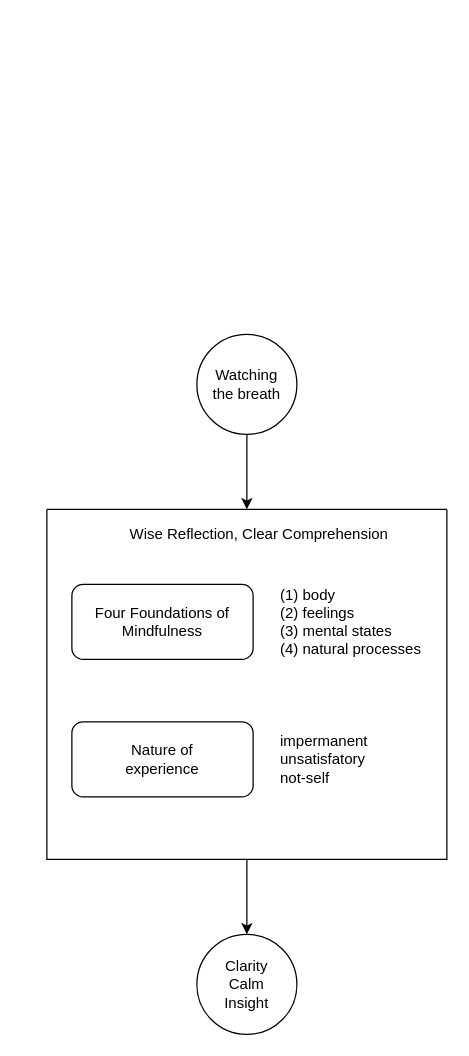
This is assets/photos/300dpi/mindfulness-of-breathing.drawio from profound-labs/wordless-questioning, a draw.io file, before an edit. Source tidied: cells renumbered, new cells numbered last; positions are measured from the earlier drawing's top-left corner, leaving out a move shared by most shapes. Both pictures are drawn from the tidied source at 125%, with x=0, y=0 at pixel (46, 334).
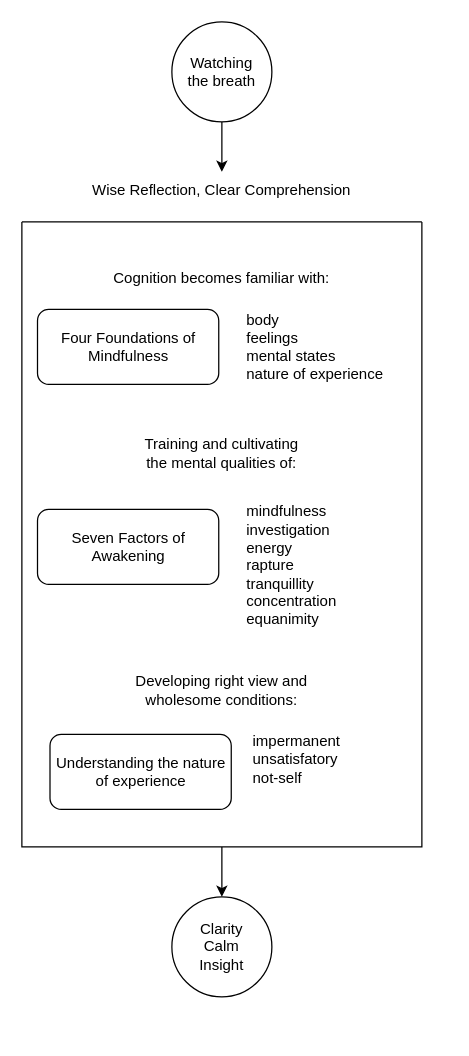
Above is the later version.

Diff of the diagram source:
```diff
@@
 <mxGraphModel>
   <root>
     <mxCell id="0" />
     <mxCell id="1" parent="0" />
-    <mxCell id="2" style="edgeStyle=orthogonalEdgeStyle;rounded=0;jettySize=auto;html=1;" parent="1" edge="1" source="3" target="6">
-      <mxGeometry relative="1" as="geometry" />
-    </mxCell>
+    <mxCell id="12" style="edgeStyle=orthogonalEdgeStyle;rounded=0;jettySize=auto;html=1;" parent="1" edge="1" source="3" target="11">
+      <mxGeometry relative="1" as="geometry" />
+    </mxCell>
     <mxCell id="3" value="Watching&lt;br&gt;the breath" style="ellipse;whiteSpace=wrap;html=1;" parent="1" vertex="1">
-      <mxGeometry x="120" width="80" height="80" as="geometry" />
+      <mxGeometry x="100" y="-250" width="80" height="80" as="geometry" />
     </mxCell>
     <mxCell id="4" value="Clarity&lt;br&gt;Calm&lt;br&gt;Insight" style="ellipse;whiteSpace=wrap;html=1;" parent="1" vertex="1">
-      <mxGeometry x="120" y="480" width="80" height="80" as="geometry" />
+      <mxGeometry x="100" y="450" width="80" height="80" as="geometry" />
     </mxCell>
     <mxCell id="5" style="edgeStyle=orthogonalEdgeStyle;rounded=0;jettySize=auto;html=1;entryX=0.5;entryY=0;entryDx=0;entryDy=0;" parent="1" edge="1" source="6" target="4">
       <mxGeometry relative="1" as="geometry" />
     </mxCell>
     <mxCell id="6" style="swimlane;startSize=0;" parent="1" vertex="1">
-      <mxGeometry y="140" width="320" height="280" as="geometry" />
+      <mxGeometry x="-20" y="-90" width="320" height="500" as="geometry" />
     </mxCell>
-    <mxCell id="7" value="&lt;span&gt;(1) body&lt;/span&gt;&lt;br&gt;&lt;span&gt;(2) feelings&lt;/span&gt;&lt;br&gt;&lt;span&gt;(3) mental states&lt;/span&gt;&lt;br&gt;&lt;div&gt;(4)&amp;nbsp;&lt;span&gt;natural processes&lt;/span&gt;&lt;/div&gt;" style="text;html=1;strokeColor=none;fillColor=none;align=left;verticalAlign=middle;whiteSpace=wrap;rounded=0;" parent="6" vertex="1">
-      <mxGeometry x="185" y="50" width="130" height="80" as="geometry" />
+    <mxCell id="7" value="&lt;span&gt;body&lt;/span&gt;&lt;br&gt;&lt;span&gt;feelings&lt;/span&gt;&lt;br&gt;&lt;span&gt;mental states&lt;/span&gt;&lt;br&gt;&lt;div&gt;&lt;span&gt;nature of experience&lt;/span&gt;&lt;br&gt;&lt;/div&gt;" style="text;html=1;strokeColor=none;fillColor=none;align=left;verticalAlign=middle;whiteSpace=wrap;rounded=0;" parent="6" vertex="1">
+      <mxGeometry x="177.5" y="60" width="142.5" height="80" as="geometry" />
     </mxCell>
     <mxCell id="8" value="Four Foundations of Mindfulness" style="rounded=1;whiteSpace=wrap;html=1;" parent="6" vertex="1">
-      <mxGeometry x="20" y="60" width="145" height="60" as="geometry" />
+      <mxGeometry x="12.5" y="70" width="145" height="60" as="geometry" />
     </mxCell>
-    <mxCell id="9" value="Nature of&lt;br&gt;experience" style="rounded=1;whiteSpace=wrap;html=1;" parent="6" vertex="1">
-      <mxGeometry x="20" y="170" width="145" height="60" as="geometry" />
-    </mxCell>
     <mxCell id="10" value="impermanent&lt;br&gt;unsatisfatory&lt;br&gt;&lt;div&gt;&lt;span&gt;not-self&lt;/span&gt;&lt;/div&gt;" style="text;html=1;strokeColor=none;fillColor=none;align=left;verticalAlign=middle;whiteSpace=wrap;rounded=0;" parent="6" vertex="1">
-      <mxGeometry x="185" y="170" width="90" height="60" as="geometry" />
+      <mxGeometry x="182.5" y="400" width="90" height="60" as="geometry" />
     </mxCell>
+    <mxCell id="13" value="Cognition becomes familiar with:" style="text;html=1;strokeColor=none;fillColor=none;align=center;verticalAlign=middle;whiteSpace=wrap;rounded=0;" parent="6" vertex="1">
+      <mxGeometry x="35" y="30" width="250" height="30" as="geometry" />
+    </mxCell>
+    <mxCell id="14" value="Training and cultivating&lt;br&gt;the mental qualities of:" style="text;html=1;strokeColor=none;fillColor=none;align=center;verticalAlign=middle;whiteSpace=wrap;rounded=0;" parent="6" vertex="1">
+      <mxGeometry x="30" y="160" width="260" height="50" as="geometry" />
+    </mxCell>
+    <mxCell id="15" value="Seven Factors of Awakening" style="rounded=1;whiteSpace=wrap;html=1;" parent="6" vertex="1">
+      <mxGeometry x="12.5" y="230" width="145" height="60" as="geometry" />
+    </mxCell>
+    <mxCell id="16" value="mindfulness&lt;br&gt;investigation&lt;br&gt;energy&lt;br&gt;rapture&lt;br&gt;tranquillity&lt;br&gt;concentration&lt;br&gt;equanimity" style="text;html=1;strokeColor=none;fillColor=none;align=left;verticalAlign=middle;whiteSpace=wrap;rounded=0;" parent="6" vertex="1">
+      <mxGeometry x="177.5" y="220" width="100" height="110" as="geometry" />
+    </mxCell>
+    <mxCell id="17" value="Understanding the nature of experience" style="rounded=1;whiteSpace=wrap;html=1;" parent="6" vertex="1">
+      <mxGeometry x="22.5" y="410" width="145" height="60" as="geometry" />
+    </mxCell>
+    <mxCell id="18" value="Developing right view and wholesome conditions:" style="text;html=1;strokeColor=none;fillColor=none;align=center;verticalAlign=middle;whiteSpace=wrap;rounded=0;" parent="6" vertex="1">
+      <mxGeometry x="80" y="360" width="160" height="30" as="geometry" />
+    </mxCell>
-    <mxCell id="11" value="Wise Reflection, Clear Comprehension" style="text;html=1;strokeColor=none;fillColor=none;align=center;verticalAlign=middle;whiteSpace=wrap;rounded=0;" parent="6" vertex="1">
-      <mxGeometry x="30" y="5" width="280" height="30" as="geometry" />
+    <mxCell id="11" value="Wise Reflection, Clear Comprehension" style="text;html=1;strokeColor=none;fillColor=none;align=center;verticalAlign=middle;whiteSpace=wrap;rounded=0;" parent="1" vertex="1">
+      <mxGeometry y="-130" width="280" height="30" as="geometry" />
     </mxCell>
   </root>
 </mxGraphModel>
```
